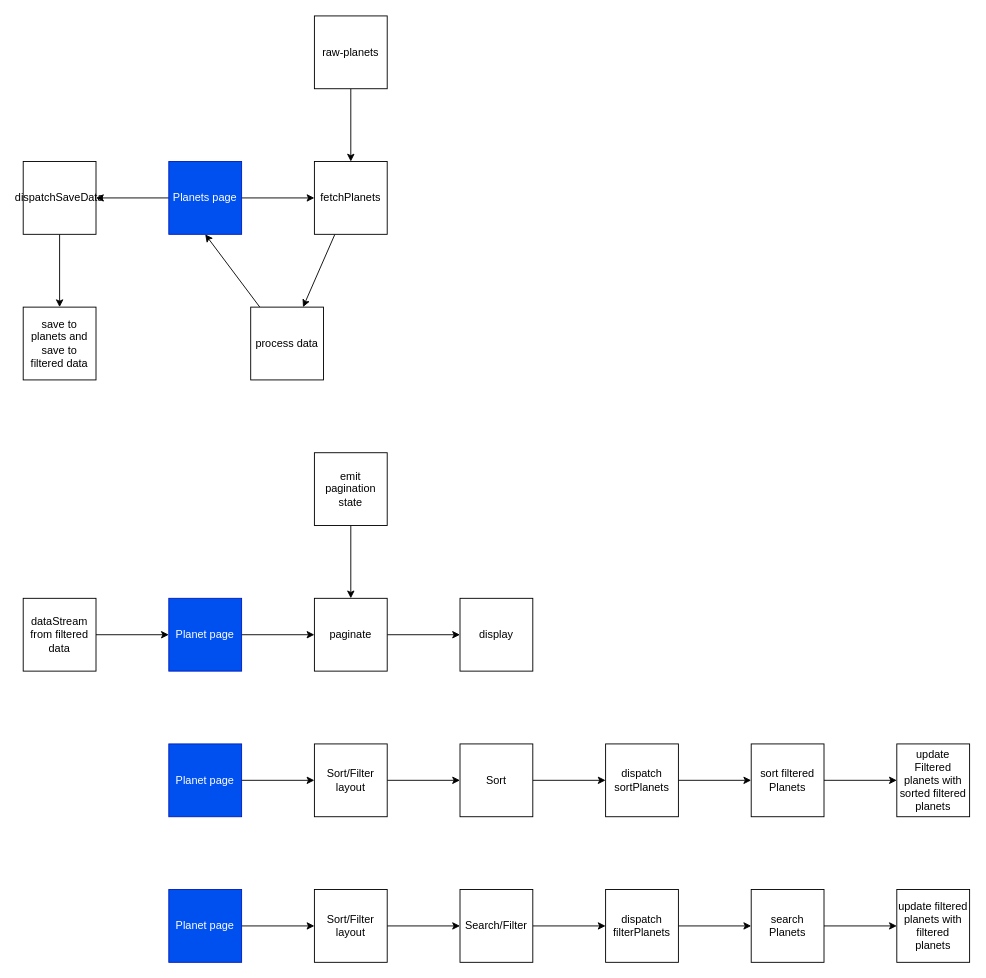
Earlier version of the draw.io diagram data-flow.dio (afroguy16/star-wars). Source tidied: cells renumbered, new cells numbered last; positions are measured from the earlier drawing's top-left corner, leaving out a move shared by most shapes. Both pictures are drawn from the tidied source at 91%, with x=0, y=0 at pixel (23, 15).
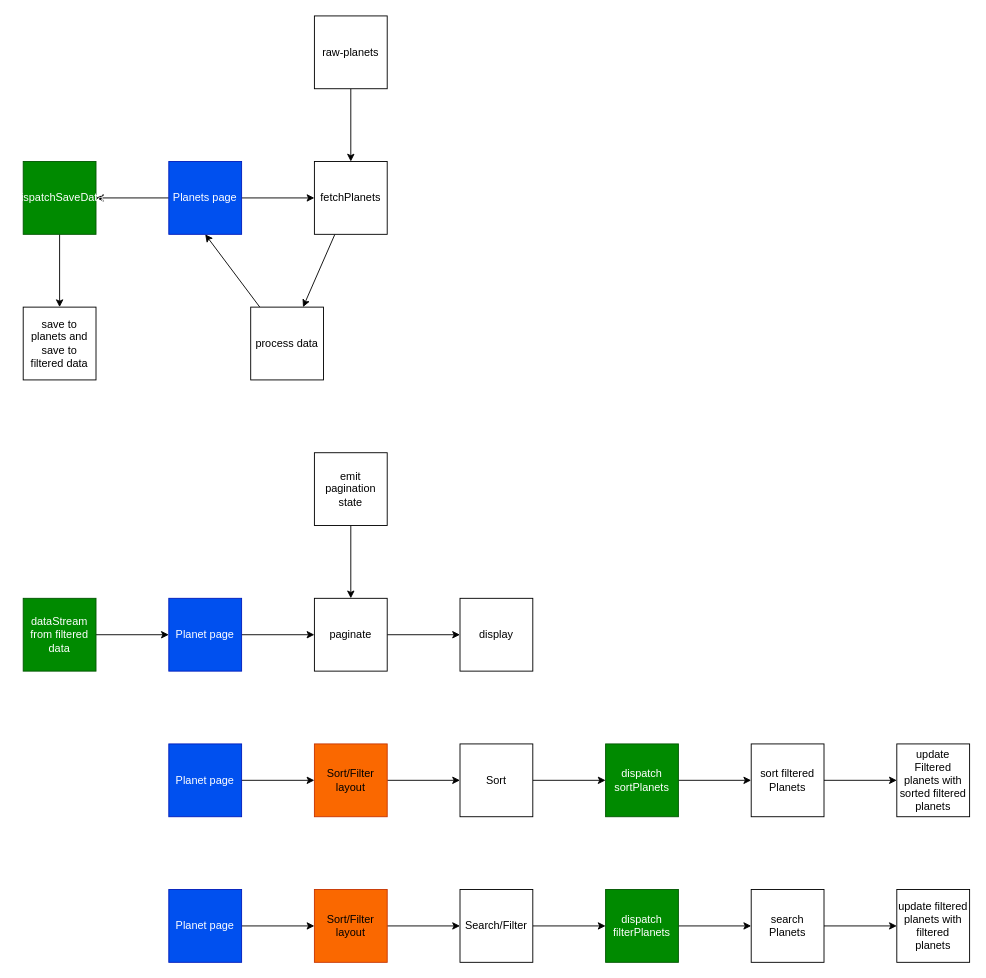
The same diagram, later.

What changed in the source:
```diff
@@
-    <mxCell id="12" value="dispatchSaveData" style="whiteSpace=wrap;html=1;" parent="1" vertex="1">
+    <mxCell id="12" value="dispatchSaveData" style="whiteSpace=wrap;html=1;fillColor=#008a00;fontColor=#ffffff;strokeColor=#005700;" parent="1" vertex="1">
       <mxGeometry y="160" width="80" height="80" as="geometry" />
     </mxCell>
@@
-    <mxCell id="14" value="dataStream from filtered data" style="whiteSpace=wrap;html=1;" parent="1" vertex="1">
+    <mxCell id="14" value="dataStream from filtered data" style="whiteSpace=wrap;html=1;fillColor=#008a00;fontColor=#ffffff;strokeColor=#005700;" parent="1" vertex="1">
       <mxGeometry y="640" width="80" height="80" as="geometry" />
     </mxCell>
@@
-    <mxCell id="26" value="dispatch sortPlanets" style="whiteSpace=wrap;html=1;" parent="1" vertex="1">
+    <mxCell id="26" value="dispatch sortPlanets" style="whiteSpace=wrap;html=1;fillColor=#008a00;fontColor=#ffffff;strokeColor=#005700;" parent="1" vertex="1">
       <mxGeometry x="640" y="800" width="80" height="80" as="geometry" />
     </mxCell>
@@
-    <mxCell id="32" value="dispatch filterPlanets" style="whiteSpace=wrap;html=1;" parent="1" vertex="1">
+    <mxCell id="32" value="dispatch filterPlanets" style="whiteSpace=wrap;html=1;fillColor=#008a00;fontColor=#ffffff;strokeColor=#005700;" parent="1" vertex="1">
       <mxGeometry x="640" y="960" width="80" height="80" as="geometry" />
     </mxCell>
@@
-    <mxCell id="38" value="Sort/Filter layout" style="whiteSpace=wrap;html=1;" parent="1" vertex="1">
+    <mxCell id="38" value="Sort/Filter layout" style="whiteSpace=wrap;html=1;fillColor=#fa6800;fontColor=#000000;strokeColor=#C73500;" parent="1" vertex="1">
       <mxGeometry x="320" y="800" width="80" height="80" as="geometry" />
     </mxCell>
@@
-    <mxCell id="42" value="Sort/Filter layout" style="whiteSpace=wrap;html=1;" parent="1" vertex="1">
+    <mxCell id="42" value="Sort/Filter layout" style="whiteSpace=wrap;html=1;fillColor=#fa6800;fontColor=#000000;strokeColor=#C73500;" parent="1" vertex="1">
       <mxGeometry x="320" y="960" width="80" height="80" as="geometry" />
     </mxCell>
```
